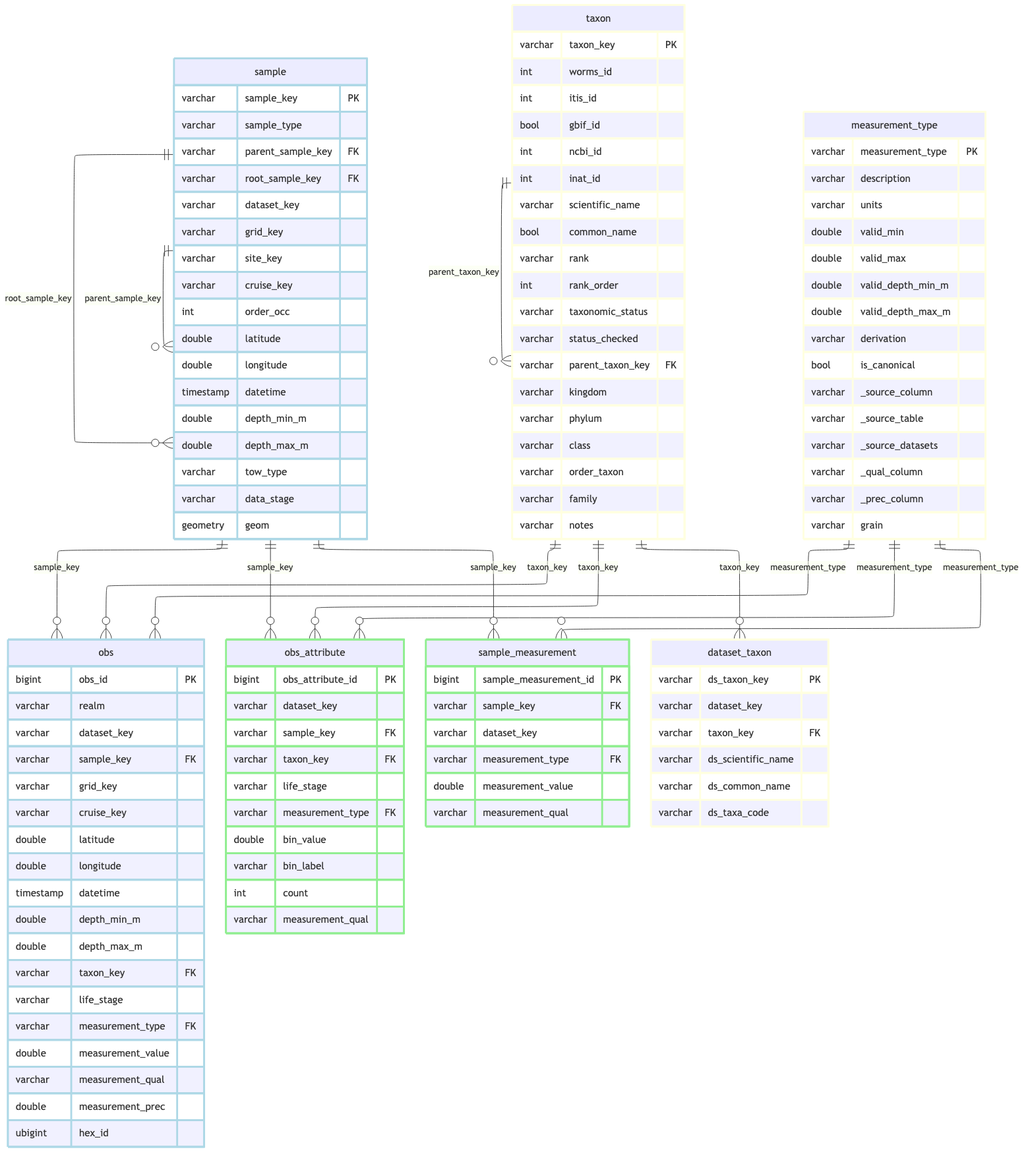
The Mermaid diagram _output/ingest_cdfw_dungeness-crab_files/figure-html/schema-core-1.png in CalCOFI/workflows, before a commit. Its source is kept beside it as _output/ingest_cdfw_dungeness-crab_files/figure-html/schema-core-1.mmd.
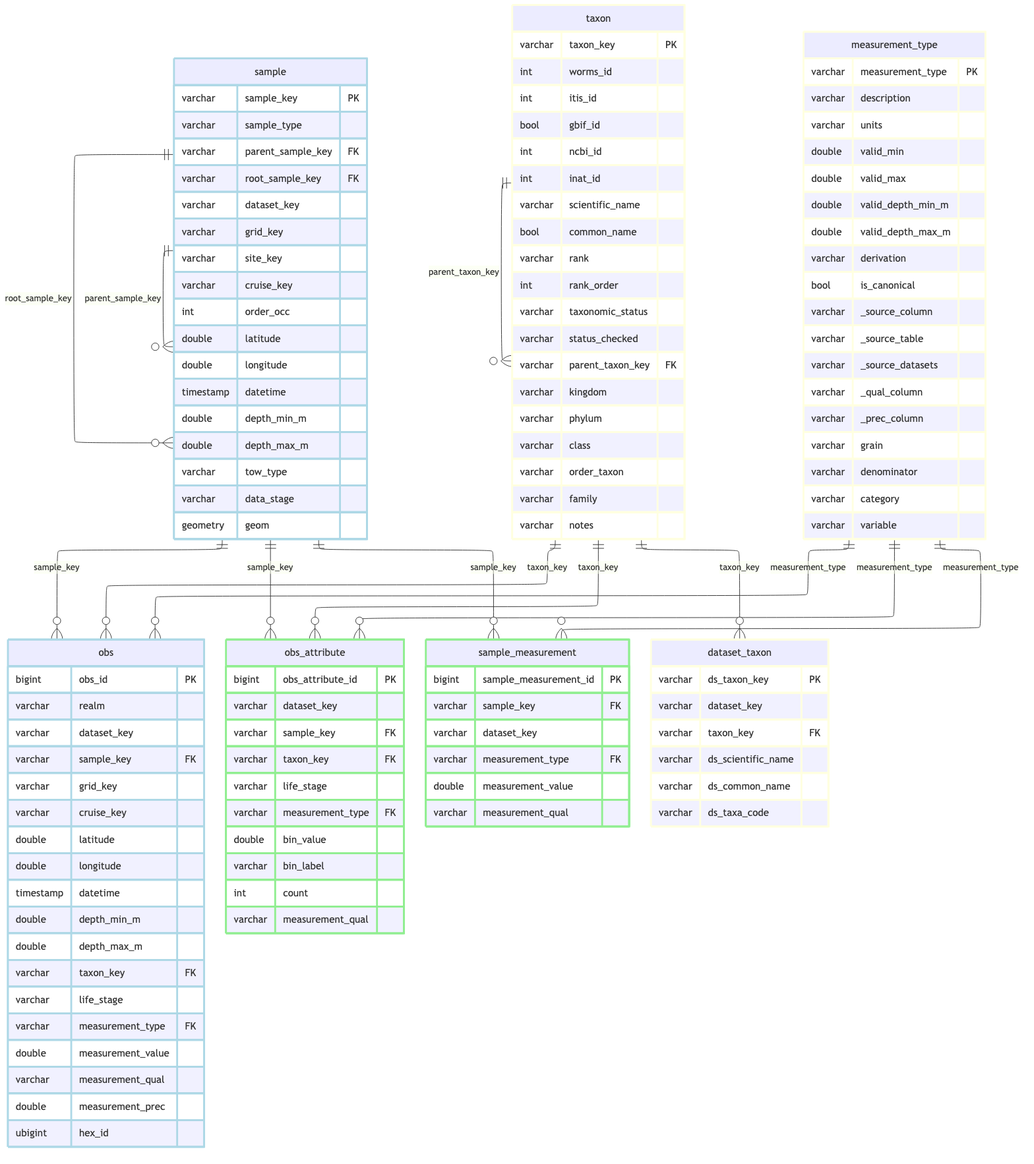
The same diagram one commit later.

What changed in the source:
```diff
@@ -107,6 +107,9 @@
         varchar _qual_column
         varchar _prec_column
         varchar grain
+        varchar denominator
+        varchar category
+        varchar variable
     }
     sample ||--o{ sample : "parent_sample_key"
     sample ||--o{ sample : "root_sample_key"
```
